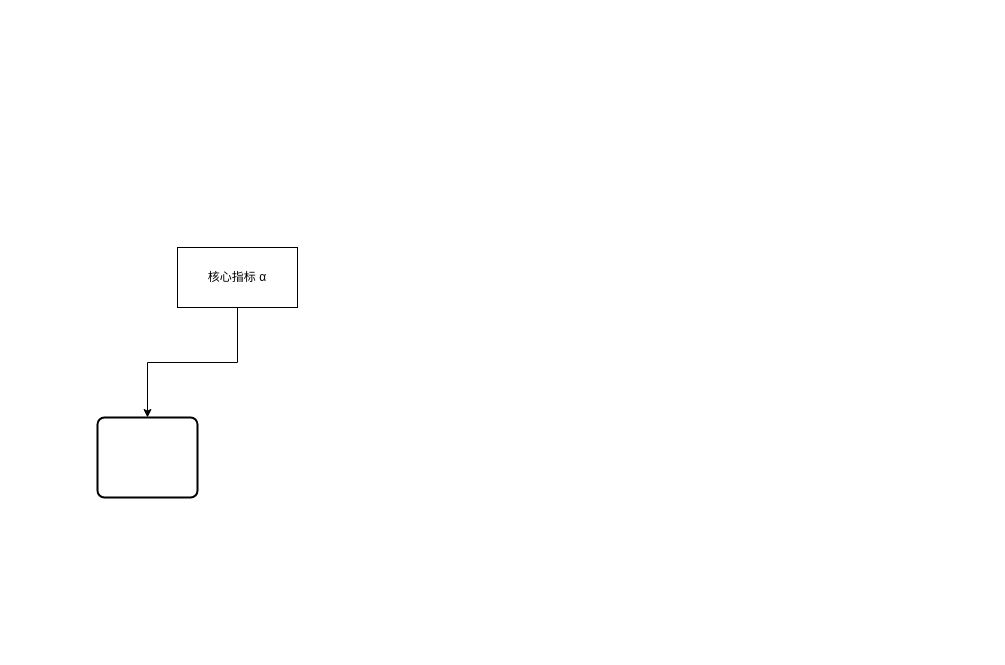
The draw.io diagram 数据指标体系-mix.drawio in 1007885493/MyConcurrentFrame, before the edit. Source tidied: cells renumbered, new cells numbered last; positions are measured from the earlier drawing's top-left corner, leaving out a move shared by most shapes. Both pictures are drawn from the tidied source at 100%, with x=0, y=0 at pixel (97, 247).
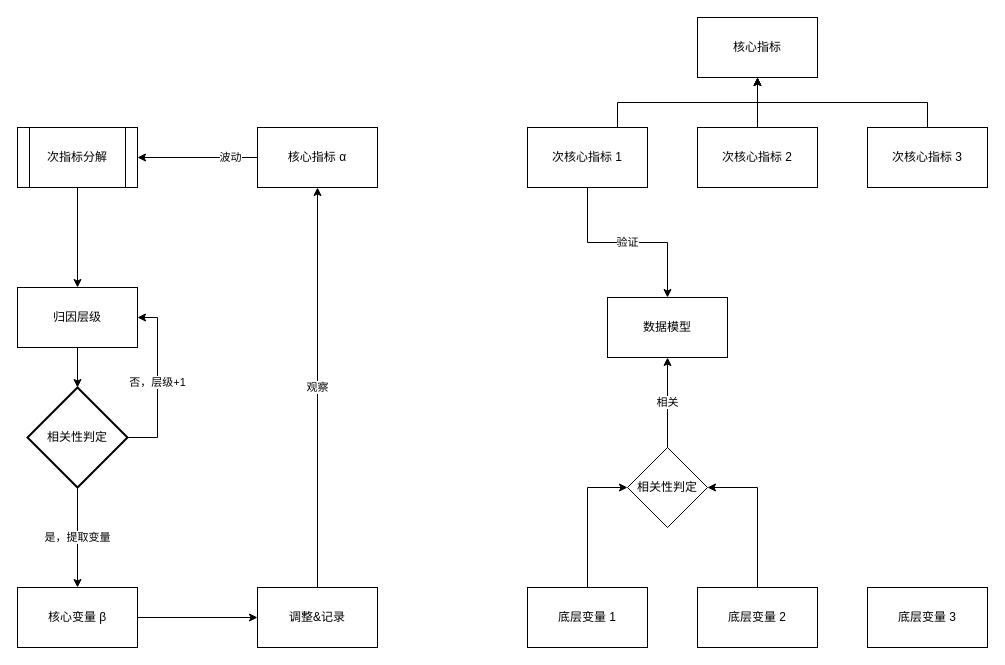
The same page after the edit.

Commit message (it also covers changes not shown here):
更新数据指标体系-mix.drawio

Diff of the diagram source:
```diff
@@
-    <mxCell id="2" style="edgeStyle=orthogonalEdgeStyle;rounded=0;jettySize=auto;html=1;" parent="1" edge="1" source="3" target="4">
-      <mxGeometry relative="1" as="geometry" />
+    <mxCell id="2" value="波动" style="edgeStyle=orthogonalEdgeStyle;rounded=0;jettySize=auto;html=1;entryX=1;entryY=0.5;entryDx=0;entryDy=0;" parent="1" edge="1" source="3" target="27">
+      <mxGeometry x="-0.55" relative="1" as="geometry" />
     </mxCell>
     <mxCell id="3" value="核心指标 α" style="rounded=0;whiteSpace=wrap;html=1;" parent="1" vertex="1">
-      <mxGeometry x="80" width="120" height="60" as="geometry" />
+      <mxGeometry x="160" y="-120" width="120" height="60" as="geometry" />
     </mxCell>
+    <mxCell id="5" value="是，提取变量" style="edgeStyle=orthogonalEdgeStyle;rounded=0;jettySize=auto;html=1;" parent="1" edge="1" source="4" target="8">
+      <mxGeometry relative="1" as="geometry" />
+    </mxCell>
+    <mxCell id="6" value="否，层级+1" style="edgeStyle=orthogonalEdgeStyle;rounded=0;jettySize=auto;html=1;entryX=1;entryY=0.5;entryDx=0;entryDy=0;" parent="1" edge="1" source="4" target="10">
+      <mxGeometry relative="1" as="geometry">
+        <Array as="points">
+          <mxPoint x="60" y="190" />
+          <mxPoint x="60" y="70" />
+        </Array>
+      </mxGeometry>
+    </mxCell>
-    <mxCell id="4" style="rounded=1;whiteSpace=wrap;html=1;absoluteArcSize=1;arcSize=14;strokeWidth=2;" parent="1" vertex="1">
-      <mxGeometry y="170" width="100" height="80" as="geometry" />
+    <mxCell id="4" value="相关性判定" style="strokeWidth=2;html=1;shape=mxgraph.flowchart.decision;whiteSpace=wrap;fontFamily=Helvetica;fontSize=12;fontColor=default;align=center;strokeColor=default;fillColor=default;" parent="1" vertex="1">
+      <mxGeometry x="-70" y="140" width="100" height="100" as="geometry" />
     </mxCell>
+    <mxCell id="7" style="edgeStyle=orthogonalEdgeStyle;rounded=0;jettySize=auto;html=1;entryX=0;entryY=0.5;entryDx=0;entryDy=0;" parent="1" edge="1" source="8" target="12">
+      <mxGeometry relative="1" as="geometry" />
+    </mxCell>
+    <mxCell id="8" value="核心变量 β" style="rounded=0;whiteSpace=wrap;html=1;" parent="1" vertex="1">
+      <mxGeometry x="-80" y="340" width="120" height="60" as="geometry" />
+    </mxCell>
+    <mxCell id="9" style="edgeStyle=orthogonalEdgeStyle;rounded=0;jettySize=auto;html=1;" parent="1" edge="1" source="10" target="4">
+      <mxGeometry relative="1" as="geometry" />
+    </mxCell>
+    <mxCell id="10" value="归因层级" style="whiteSpace=wrap;html=1;" parent="1" vertex="1">
+      <mxGeometry x="-80" y="40" width="120" height="60" as="geometry" />
+    </mxCell>
+    <mxCell id="11" value="观察" style="edgeStyle=orthogonalEdgeStyle;rounded=0;jettySize=auto;html=1;entryX=0.5;entryY=1;entryDx=0;entryDy=0;" parent="1" edge="1" source="12" target="3">
+      <mxGeometry relative="1" as="geometry" />
+    </mxCell>
+    <mxCell id="12" value="调整&amp;amp;记录" style="rounded=0;whiteSpace=wrap;html=1;" parent="1" vertex="1">
+      <mxGeometry x="160" y="340" width="120" height="60" as="geometry" />
+    </mxCell>
+    <mxCell id="13" style="edgeStyle=orthogonalEdgeStyle;rounded=0;jettySize=auto;html=1;exitX=0.75;exitY=0;exitDx=0;exitDy=0;entryX=0.5;entryY=1;entryDx=0;entryDy=0;" parent="1" edge="1" source="15" target="25">
+      <mxGeometry relative="1" as="geometry" />
+    </mxCell>
+    <mxCell id="14" value="验证" style="edgeStyle=orthogonalEdgeStyle;rounded=0;jettySize=auto;html=1;exitX=0.5;exitY=1;exitDx=0;exitDy=0;entryX=0.5;entryY=0;entryDx=0;entryDy=0;" parent="1" edge="1" source="15" target="28">
+      <mxGeometry relative="1" as="geometry" />
+    </mxCell>
+    <mxCell id="15" value="次核心指标 1" style="rounded=0;whiteSpace=wrap;html=1;" parent="1" vertex="1">
+      <mxGeometry x="430" y="-120" width="120" height="60" as="geometry" />
+    </mxCell>
+    <mxCell id="16" style="edgeStyle=orthogonalEdgeStyle;rounded=0;jettySize=auto;html=1;exitX=0.5;exitY=0;exitDx=0;exitDy=0;entryX=0.5;entryY=1;entryDx=0;entryDy=0;" parent="1" edge="1" source="17" target="25">
+      <mxGeometry relative="1" as="geometry" />
+    </mxCell>
+    <mxCell id="17" value="次核心指标 2" style="rounded=0;whiteSpace=wrap;html=1;" parent="1" vertex="1">
+      <mxGeometry x="600" y="-120" width="120" height="60" as="geometry" />
+    </mxCell>
+    <mxCell id="18" style="edgeStyle=orthogonalEdgeStyle;rounded=0;jettySize=auto;html=1;exitX=0.5;exitY=0;exitDx=0;exitDy=0;entryX=0.5;entryY=1;entryDx=0;entryDy=0;" parent="1" edge="1" source="19" target="25">
+      <mxGeometry relative="1" as="geometry" />
+    </mxCell>
+    <mxCell id="19" value="次核心指标 3" style="rounded=0;whiteSpace=wrap;html=1;" parent="1" vertex="1">
+      <mxGeometry x="770" y="-120" width="120" height="60" as="geometry" />
+    </mxCell>
+    <mxCell id="20" style="edgeStyle=orthogonalEdgeStyle;rounded=0;jettySize=auto;html=1;exitX=0.5;exitY=0;exitDx=0;exitDy=0;entryX=0;entryY=0.5;entryDx=0;entryDy=0;" parent="1" edge="1" source="21" target="30">
+      <mxGeometry relative="1" as="geometry" />
+    </mxCell>
+    <mxCell id="21" value="底层变量 1" style="rounded=0;whiteSpace=wrap;html=1;" parent="1" vertex="1">
+      <mxGeometry x="430" y="340" width="120" height="60" as="geometry" />
+    </mxCell>
+    <mxCell id="22" style="edgeStyle=orthogonalEdgeStyle;rounded=0;jettySize=auto;html=1;exitX=0.5;exitY=0;exitDx=0;exitDy=0;entryX=1;entryY=0.5;entryDx=0;entryDy=0;" parent="1" edge="1" source="23" target="30">
+      <mxGeometry relative="1" as="geometry" />
+    </mxCell>
+    <mxCell id="23" value="底层变量 2" style="rounded=0;whiteSpace=wrap;html=1;" parent="1" vertex="1">
+      <mxGeometry x="600" y="340" width="120" height="60" as="geometry" />
+    </mxCell>
+    <mxCell id="24" value="底层变量 3" style="rounded=0;whiteSpace=wrap;html=1;" parent="1" vertex="1">
+      <mxGeometry x="770" y="340" width="120" height="60" as="geometry" />
+    </mxCell>
+    <mxCell id="25" value="核心指标" style="rounded=0;whiteSpace=wrap;html=1;" parent="1" vertex="1">
+      <mxGeometry x="600" y="-230" width="120" height="60" as="geometry" />
+    </mxCell>
+    <mxCell id="26" style="edgeStyle=orthogonalEdgeStyle;rounded=0;jettySize=auto;html=1;" parent="1" edge="1" source="27" target="10">
+      <mxGeometry relative="1" as="geometry" />
+    </mxCell>
+    <mxCell id="27" value="次指标分解" style="shape=process;whiteSpace=wrap;html=1;backgroundOutline=1;" parent="1" vertex="1">
+      <mxGeometry x="-80" y="-120" width="120" height="60" as="geometry" />
+    </mxCell>
+    <mxCell id="28" value="数据模型" style="rounded=0;whiteSpace=wrap;html=1;" parent="1" vertex="1">
+      <mxGeometry x="510" y="50" width="120" height="60" as="geometry" />
+    </mxCell>
+    <mxCell id="29" value="相关" style="edgeStyle=orthogonalEdgeStyle;rounded=0;jettySize=auto;html=1;exitX=0.5;exitY=0;exitDx=0;exitDy=0;entryX=0.5;entryY=1;entryDx=0;entryDy=0;" parent="1" edge="1" source="30" target="28">
+      <mxGeometry relative="1" as="geometry" />
+    </mxCell>
+    <mxCell id="30" value="相关性判定" style="rhombus;whiteSpace=wrap;html=1;" parent="1" vertex="1">
+      <mxGeometry x="530" y="200" width="80" height="80" as="geometry" />
+    </mxCell>
```
